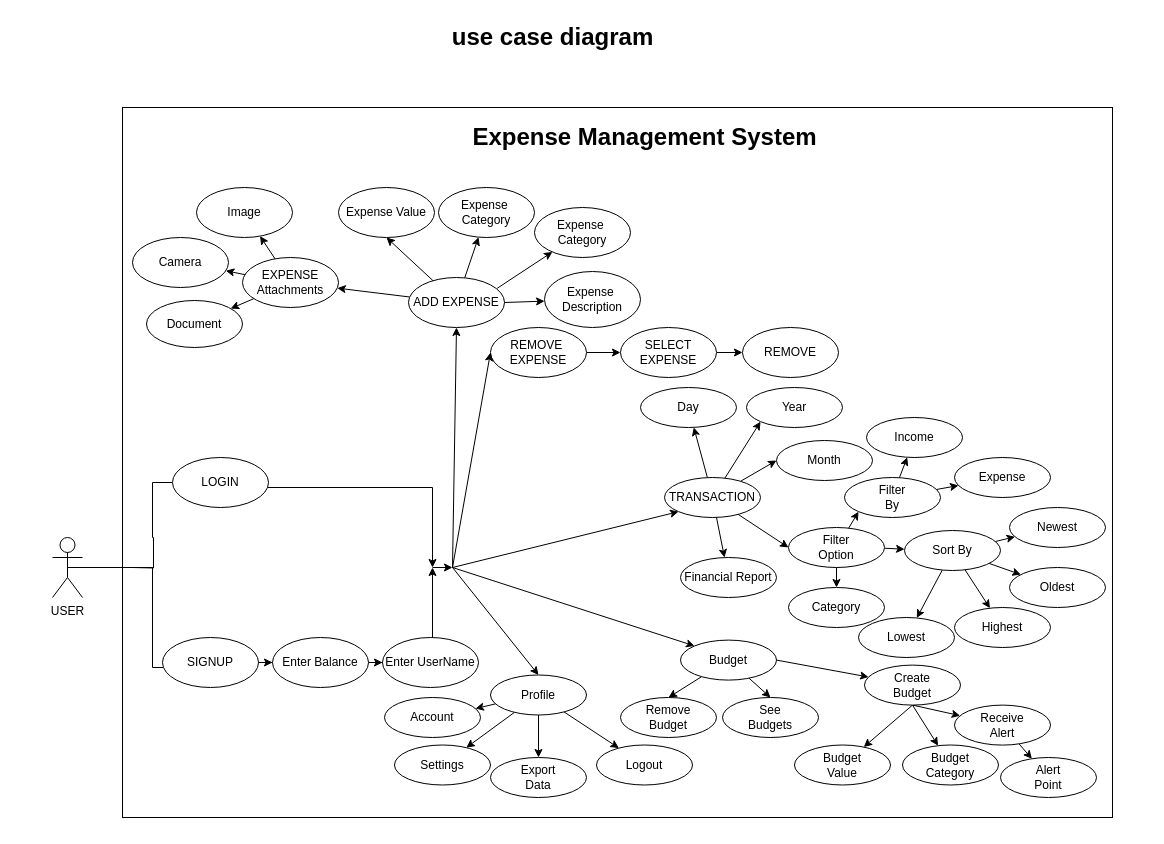
Above: bachat.drawio in atharvagangrade10/Draw.io (draw.io), before the change. Source tidied: cells renumbered, new cells numbered last; positions are measured from the earlier drawing's top-left corner, leaving out a move shared by most shapes. Both pictures are drawn from the tidied source at 100%, with x=0, y=0 at pixel (52, 17).
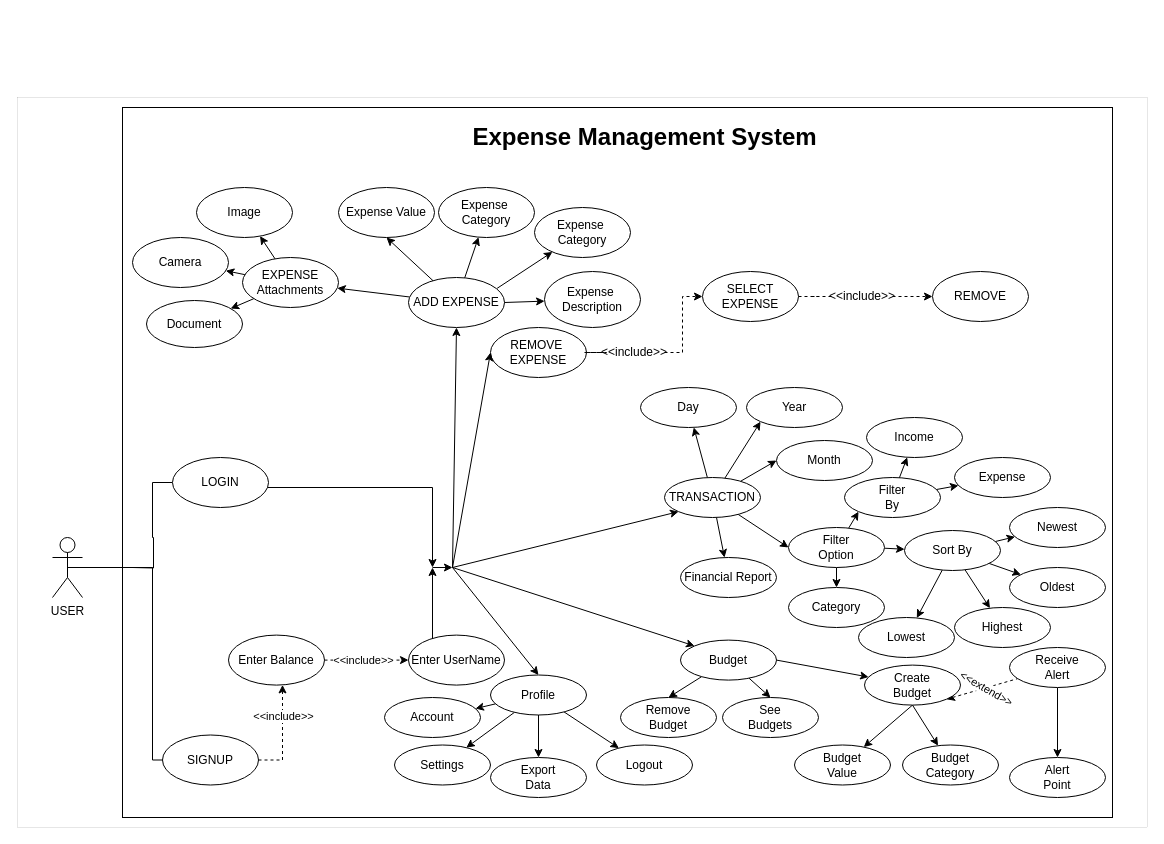
The same page after the edit.

The change refers to these unchanged cells:
```xml
<mxCell id="3" value="USER" style="shape=umlActor;verticalLabelPosition=bottom;verticalAlign=top;html=1;outlineConnect=0;" parent="1" vertex="1">
  <mxGeometry y="520" width="30" height="60" as="geometry" />
</mxCell>
<mxCell id="9" value="REMOVE&amp;nbsp;&lt;br&gt;EXPENSE" style="ellipse;whiteSpace=wrap;html=1;" parent="1" vertex="1">
  <mxGeometry x="438" y="310" width="96" height="50" as="geometry" />
</mxCell>
<mxCell id="77" value="Create&lt;br&gt;Budget" style="ellipse;whiteSpace=wrap;html=1;" parent="1" vertex="1">
  <mxGeometry x="812" y="647.6" width="96" height="40" as="geometry" />
</mxCell>
```

Change to the diagram source:
```diff
@@
+    <mxCell id="94" style="rounded=0;whiteSpace=wrap;html=1;fillColor=none;" parent="1" vertex="1">
+      <mxGeometry x="70" y="90" width="990" height="710" as="geometry" />
+    </mxCell>
+    <mxCell id="97" style="rounded=0;whiteSpace=wrap;html=1;fillColor=none;strokeWidth=0;" parent="1" vertex="1">
+      <mxGeometry x="-35" y="80" width="1130" height="730" as="geometry" />
+    </mxCell>
@@
     <mxCell id="4" value="REMOVE" style="ellipse;whiteSpace=wrap;html=1;" parent="1" vertex="1">
-      <mxGeometry x="690" y="310" width="96" height="50" as="geometry" />
+      <mxGeometry x="880" y="254" width="96" height="50" as="geometry" />
     </mxCell>
@@
-    <mxCell id="8" style="edgeStyle=orthogonalEdgeStyle;rounded=0;jettySize=auto;html=1;entryX=0;entryY=0.5;entryDx=0;entryDy=0;" parent="1" edge="1" source="9" target="11">
-      <mxGeometry relative="1" as="geometry" />
+    <mxCell id="8" style="edgeStyle=orthogonalEdgeStyle;rounded=0;jettySize=auto;html=1;entryX=0;entryY=0.5;entryDx=0;entryDy=0;startArrow=none;dashed=1;" parent="1" edge="1" source="100" target="11">
+      <mxGeometry relative="1" as="geometry">
+        <Array as="points">
+          <mxPoint x="630" y="335" />
+          <mxPoint x="630" y="279" />
+        </Array>
+      </mxGeometry>
     </mxCell>
@@
-    <mxCell id="10" style="edgeStyle=orthogonalEdgeStyle;rounded=0;jettySize=auto;html=1;entryX=0;entryY=0.5;entryDx=0;entryDy=0;" parent="1" edge="1" source="11" target="4">
+    <mxCell id="10" style="edgeStyle=orthogonalEdgeStyle;rounded=0;jettySize=auto;html=1;entryX=0;entryY=0.5;entryDx=0;entryDy=0;dashed=1;startArrow=none;" parent="1" edge="1" source="103" target="4">
       <mxGeometry relative="1" as="geometry" />
     </mxCell>
     <mxCell id="11" value="SELECT&lt;br&gt;EXPENSE" style="ellipse;whiteSpace=wrap;html=1;" parent="1" vertex="1">
-      <mxGeometry x="568" y="310" width="96" height="50" as="geometry" />
+      <mxGeometry x="650" y="254" width="96" height="50" as="geometry" />
     </mxCell>
@@
-    <mxCell id="15" value="use case diagram" style="text;strokeColor=none;fillColor=none;html=1;fontSize=24;fontStyle=1;verticalAlign=middle;align=center;" parent="1" vertex="1">
-      <mxGeometry x="450" width="100" height="40" as="geometry" />
-    </mxCell>
@@
     <mxCell id="18" style="edgeStyle=orthogonalEdgeStyle;rounded=0;jettySize=auto;html=1;endArrow=none;endFill=0;entryX=0.5;entryY=0.5;entryDx=0;entryDy=0;entryPerimeter=0;" parent="1" edge="1" source="20" target="3">
       <mxGeometry relative="1" as="geometry">
         <Array as="points">
-          <mxPoint x="100" y="650" />
+          <mxPoint x="100" y="743" />
           <mxPoint x="100" y="550" />
         </Array>
       </mxGeometry>
     </mxCell>
-    <mxCell id="19" style="edgeStyle=orthogonalEdgeStyle;rounded=0;jettySize=auto;html=1;endArrow=classic;endFill=1;" parent="1" edge="1" source="20" target="23">
-      <mxGeometry relative="1" as="geometry" />
+    <mxCell id="19" style="edgeStyle=orthogonalEdgeStyle;rounded=0;jettySize=auto;html=1;endArrow=classic;endFill=1;dashed=1;" parent="1" edge="1" source="20" target="23">
+      <mxGeometry relative="1" as="geometry">
+        <Array as="points">
+          <mxPoint x="230" y="743" />
+        </Array>
+      </mxGeometry>
     </mxCell>
+    <mxCell id="98" value="&amp;lt;&amp;lt;include&amp;gt;&amp;gt;" style="edgeLabel;html=1;align=center;verticalAlign=middle;" parent="19" vertex="1">
+      <mxGeometry x="0.06" y="3" relative="1" as="geometry">
+        <mxPoint x="3" y="-15" as="offset" />
+      </mxGeometry>
+    </mxCell>
     <mxCell id="20" value="SIGNUP" style="ellipse;whiteSpace=wrap;html=1;" parent="1" vertex="1">
-      <mxGeometry x="110" y="620" width="96" height="50" as="geometry" />
+      <mxGeometry x="110" y="717.5" width="96" height="50" as="geometry" />
     </mxCell>
@@
-    <mxCell id="22" style="edgeStyle=orthogonalEdgeStyle;rounded=0;jettySize=auto;html=1;endArrow=classic;endFill=1;" parent="1" edge="1" source="23" target="25">
+    <mxCell id="22" style="edgeStyle=orthogonalEdgeStyle;rounded=0;jettySize=auto;html=1;endArrow=classic;endFill=1;dashed=1;" parent="1" edge="1" source="23" target="25">
       <mxGeometry relative="1" as="geometry" />
     </mxCell>
     <mxCell id="23" value="Enter Balance" style="ellipse;whiteSpace=wrap;html=1;" parent="1" vertex="1">
-      <mxGeometry x="220" y="620" width="96" height="50" as="geometry" />
+      <mxGeometry x="176" y="617.6" width="96" height="50" as="geometry" />
     </mxCell>
@@
     <mxCell id="25" value="Enter UserName" style="ellipse;whiteSpace=wrap;html=1;" parent="1" vertex="1">
-      <mxGeometry x="330" y="620" width="96" height="50" as="geometry" />
+      <mxGeometry x="356" y="617.6" width="96" height="50" as="geometry" />
     </mxCell>
@@
-    <mxCell id="76" style="edgeStyle=none;rounded=0;jettySize=auto;html=1;startArrow=none;startFill=0;endArrow=classic;endFill=1;exitX=0.5;exitY=1;exitDx=0;exitDy=0;" parent="1" edge="1" source="77" target="82">
+    <mxCell id="76" style="edgeStyle=none;rounded=0;jettySize=auto;html=1;startArrow=classic;startFill=1;endArrow=none;endFill=0;exitX=1;exitY=1;exitDx=0;exitDy=0;dashed=1;" parent="1" edge="1" source="77" target="82">
       <mxGeometry relative="1" as="geometry" />
     </mxCell>
+    <mxCell id="99" value="&amp;lt;&amp;lt;extend&amp;gt;&amp;gt;" style="edgeLabel;html=1;align=center;verticalAlign=middle;rotation=30;" parent="76" vertex="1">
+      <mxGeometry x="0.4" y="-2" relative="1" as="geometry">
+        <mxPoint x="-11" y="1" as="offset" />
+      </mxGeometry>
+    </mxCell>
@@
     <mxCell id="82" value="Receive&lt;br&gt;Alert" style="ellipse;whiteSpace=wrap;html=1;" parent="1" vertex="1">
-      <mxGeometry x="902" y="687.6" width="96" height="40" as="geometry" />
+      <mxGeometry x="957" y="630" width="96" height="40" as="geometry" />
     </mxCell>
     <mxCell id="83" value="Alert&lt;br&gt;Point" style="ellipse;whiteSpace=wrap;html=1;" parent="1" vertex="1">
-      <mxGeometry x="948" y="740" width="96" height="40" as="geometry" />
+      <mxGeometry x="957" y="740" width="96" height="40" as="geometry" />
     </mxCell>
@@
-    <mxCell id="94" style="rounded=0;whiteSpace=wrap;html=1;fillColor=none;" parent="1" vertex="1">
-      <mxGeometry x="70" y="90" width="990" height="710" as="geometry" />
-    </mxCell>
@@
+    <mxCell id="100" value="&amp;lt;&amp;lt;include&amp;gt;&amp;gt;" style="text;html=1;strokeColor=none;fillColor=none;align=center;verticalAlign=middle;whiteSpace=wrap;rounded=0;strokeWidth=0;rotation=0;" parent="1" vertex="1">
+      <mxGeometry x="552" y="320" width="60" height="30" as="geometry" />
+    </mxCell>
+    <mxCell id="101" style="edgeStyle=orthogonalEdgeStyle;rounded=0;jettySize=auto;html=1;entryX=0;entryY=0.5;entryDx=0;entryDy=0;endArrow=none;dashed=1;" parent="1" edge="1" source="9" target="100">
+      <mxGeometry relative="1" as="geometry" />
+    </mxCell>
+    <mxCell id="102" value="&amp;lt;&amp;lt;include&amp;gt;&amp;gt;" style="edgeLabel;html=1;align=center;verticalAlign=middle;" parent="1" vertex="1">
+      <mxGeometry x="310" y="642.6" as="geometry" />
+    </mxCell>
+    <mxCell id="103" value="&amp;lt;&amp;lt;include&amp;gt;&amp;gt;" style="text;html=1;strokeColor=none;fillColor=none;align=center;verticalAlign=middle;whiteSpace=wrap;rounded=0;strokeWidth=0;" parent="1" vertex="1">
+      <mxGeometry x="780" y="264" width="60" height="30" as="geometry" />
+    </mxCell>
+    <mxCell id="104" style="edgeStyle=orthogonalEdgeStyle;rounded=0;jettySize=auto;html=1;entryX=0;entryY=0.5;entryDx=0;entryDy=0;dashed=1;endArrow=none;" parent="1" edge="1" source="11" target="103">
+      <mxGeometry relative="1" as="geometry" />
+    </mxCell>
```
